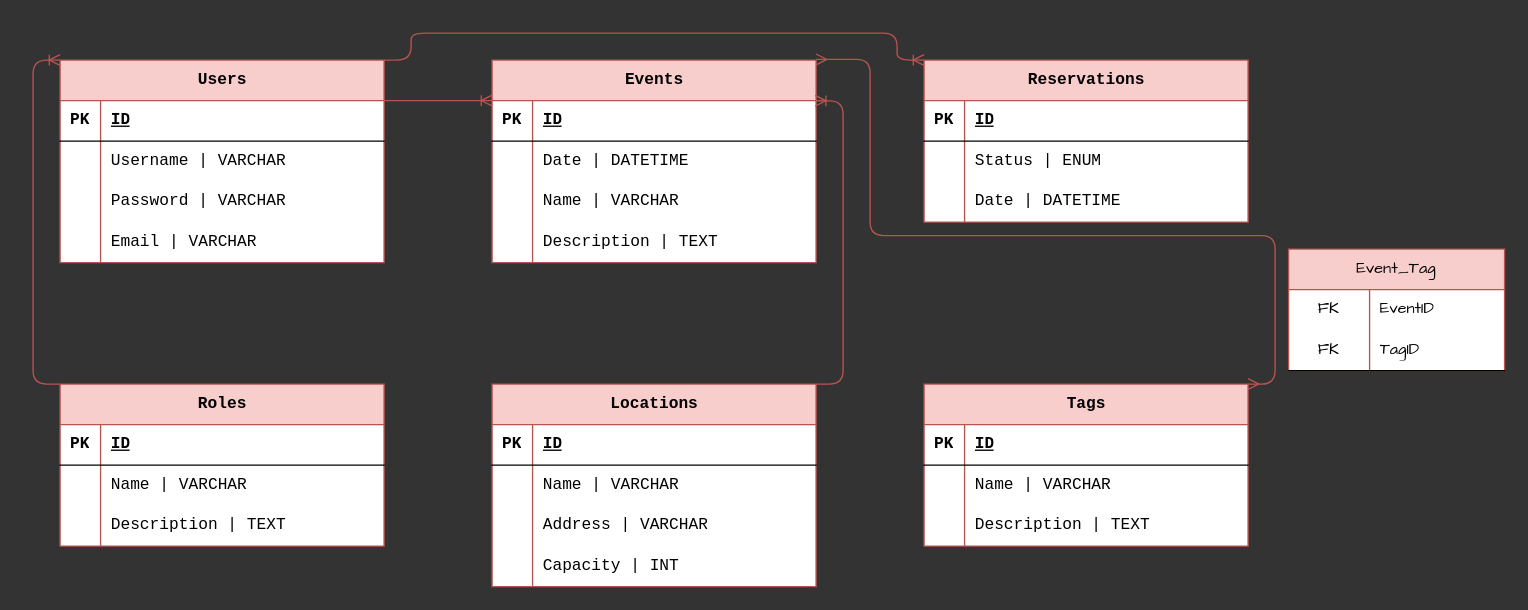
Above: diagram.drawio in SimoneCerri/db-gestore-eventi-laravel (draw.io), before the change. Source tidied: cells renumbered, new cells numbered last; positions are measured from the earlier drawing's top-left corner, leaving out a move shared by most shapes. Both pictures are drawn from the tidied source at 135%, with x=0, y=0 at pixel (32, 32).
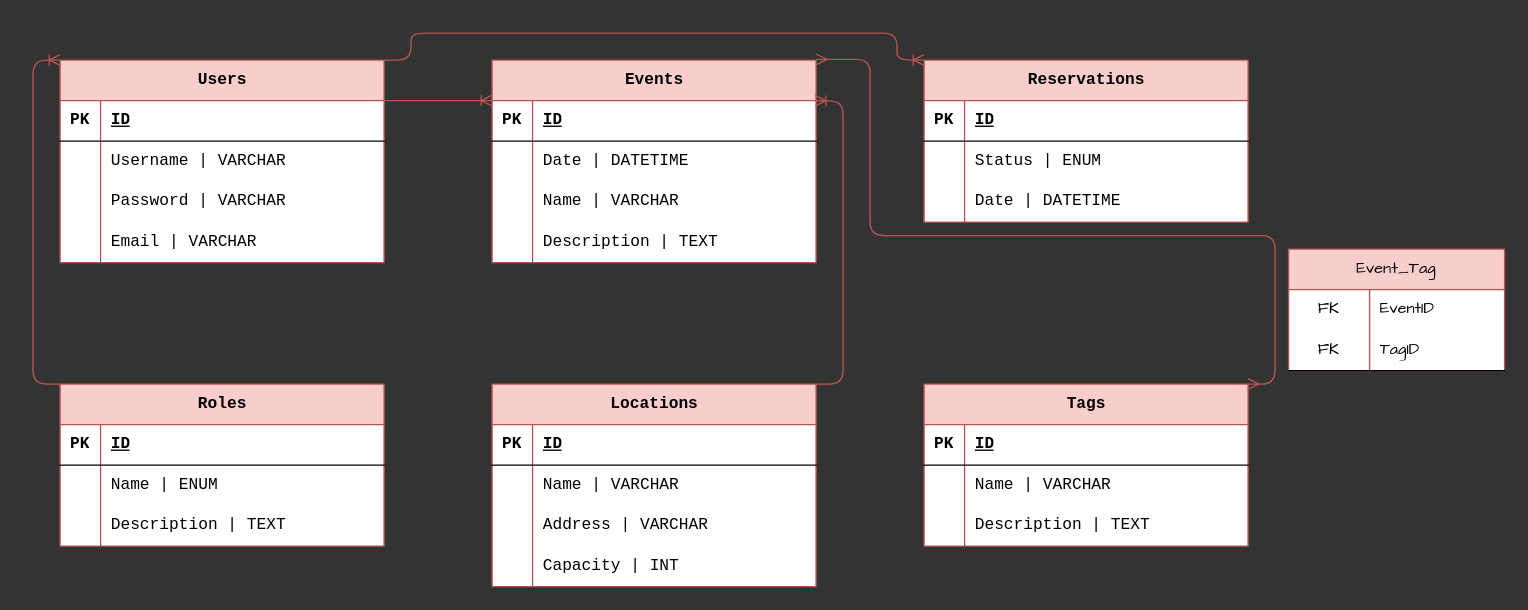
The same diagram, later.

Commit message (it also covers changes not shown here):
change data types for role

The change refers to these unchanged cells:
```xml
<mxCell id="42" style="shape=tableRow;horizontal=0;startSize=0;swimlaneHead=0;swimlaneBody=0;fillColor=none;top=0;left=0;right=0;bottom=0;fontFamily=Courier New;swimlaneFillColor=default;" parent="38" vertex="1">
  <mxGeometry y="60" width="240" height="30" as="geometry" />
</mxCell>
```

The edit, as a diff of the source:
```diff
@@
-    <mxCell id="44" value="Name | VARCHAR" style="shape=partialRectangle;fillColor=none;top=0;left=0;bottom=0;right=0;align=left;spacingLeft=6;overflow=hidden;whiteSpace=wrap;html=1;fontFamily=Courier New;swimlaneFillColor=default;" parent="42" vertex="1">
+    <mxCell id="44" value="Name | ENUM" style="shape=partialRectangle;fillColor=none;top=0;left=0;bottom=0;right=0;align=left;spacingLeft=6;overflow=hidden;whiteSpace=wrap;html=1;fontFamily=Courier New;swimlaneFillColor=default;" parent="42" vertex="1">
       <mxGeometry x="30" width="210" height="30" as="geometry" />
     </mxCell>
```
